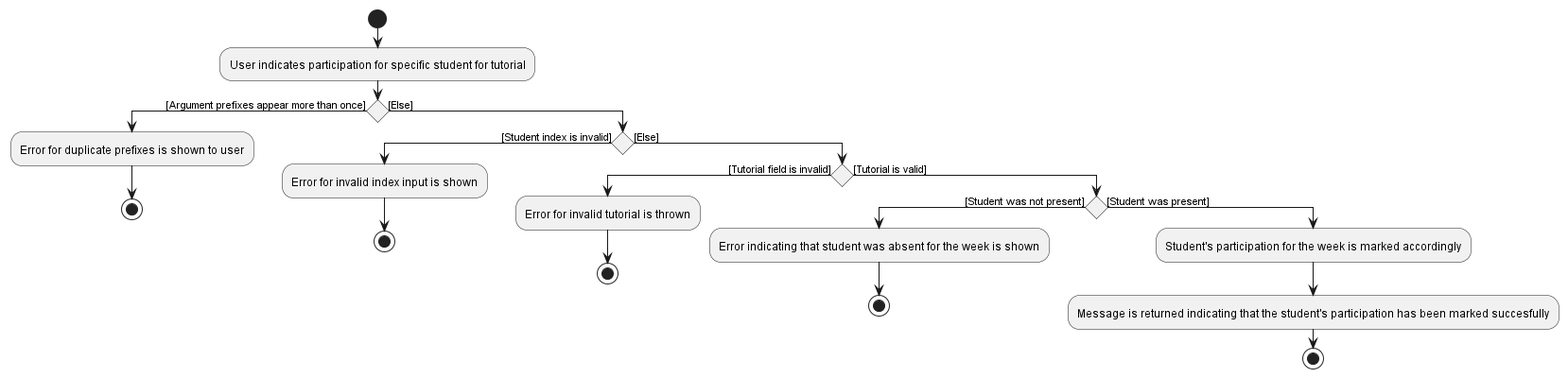
This is docs/images/InputParticipationActivityDiagram.png from proto-aiken-13/tp, a PlantUML export, as it was before one commit.
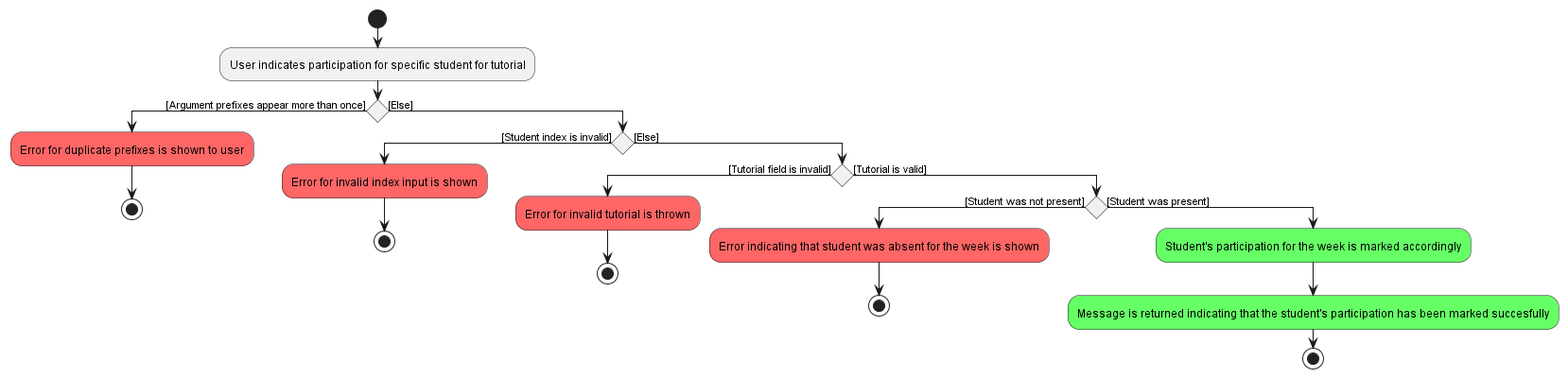
Later version of the same file.

Commit message:
Fix DG Activity Diagram

Change to the diagram source:
```diff
@@ -3,23 +3,23 @@
 start
 :User indicates participation for specific student for tutorial;
 if () then ([Argument prefixes appear more than once])
-    :Error for duplicate prefixes is shown to user;
+    #FF6666:Error for duplicate prefixes is shown to user;
     stop;
 else ([Else])
     if () then ([Student index is invalid])
-        :Error for invalid index input is shown;
+        #FF6666:Error for invalid index input is shown;
         stop;
     else ([Else])
         if () then ([Tutorial field is invalid])
-            :Error for invalid tutorial is thrown;
+            #FF6666:Error for invalid tutorial is thrown;
             stop;
         else ([Tutorial is valid])
             if () then ([Student was not present])
-                :Error indicating that student was absent for the week is shown;
+                #FF6666:Error indicating that student was absent for the week is shown;
                 stop;
             else ([Student was present])
-                :Student's participation for the week is marked accordingly;
-                :Message is returned indicating that the student's participation has been marked succesfully;
+                #66FF66:Student's participation for the week is marked accordingly;
+                #66FF66:Message is returned indicating that the student's participation has been marked succesfully;
 stop
 
 @enduml
```
